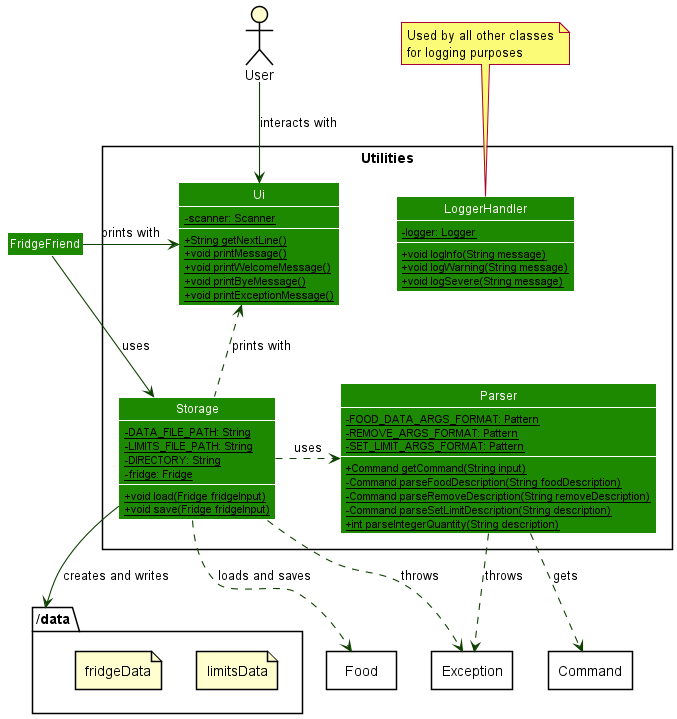
Above: docs/diagrams/diagram_images/UtilitiesClassDiagram.png in nus-cs2113-AY2021S2/tp (PlantUML), before the change.
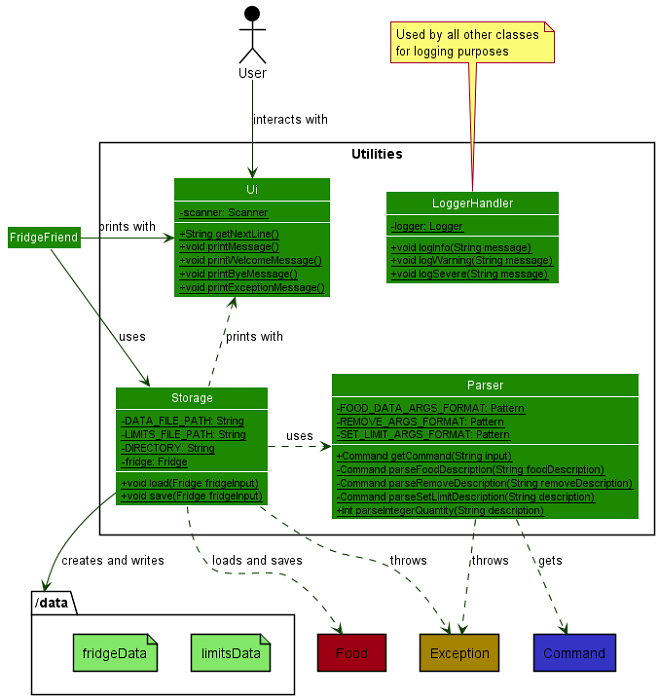
After the commit.

The edit, as a diff of the source:
```diff
@@ -2,8 +2,8 @@
 allow_mixing
 !include style.puml
 skinparam arrowThickness 1.1
-skinparam arrowColor UI_COLOR_T4
-skinparam classBackgroundColor UI_COLOR
+skinparam arrowColor UTILITIES_COLOR_T4
+skinparam classBackgroundColor UTILITIES_COLOR
 skinparam classAttributeIconSize 0
 
 actor User
@@ -16,17 +16,17 @@
 }
 
 package "/data" <<folder>> {
-    file limitsData
-    file fridgeData
+    file limitsData UTILITIES_COLOR_T1
+    file fridgeData UTILITIES_COLOR_T1
 }
 
-package Food <<Rectangle>> {
+package Food <<Rectangle>> FOOD_COLOR {
 }
 
-package Exception <<Rectangle>> {
+package Exception <<Rectangle>> EXCEPTION_COLOR {
 }
 
-package Command <<Rectangle>>{
+package Command <<Rectangle>> COMMAND_COLOR {
 }
 
 class Ui {
```
